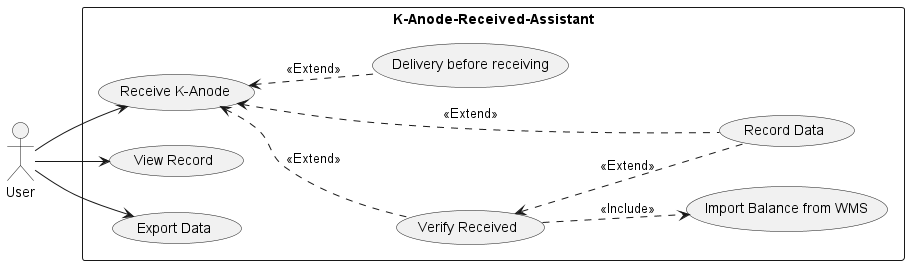
The PlantUML diagram out/UML/Concept/UseCase.png in Shinodari/K-Anode-Received-Assistant-Design, before a commit.
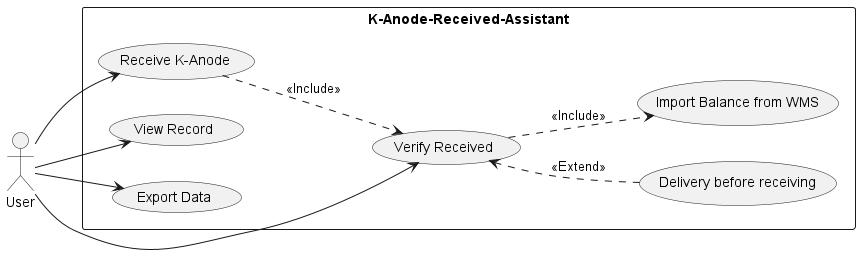
After the commit.

Commit message:
refector:usecase

What changed in the source:
```diff
@@ -3,21 +3,18 @@
 rectangle K-Anode-Received-Assistant {
     usecase "Receive K-Anode" as receive
     usecase "Verify Received" as verify
-    usecase "Record Data" as record
     usecase "Delivery before receiving" as delivery
     usecase "View Record" as view
     usecase "Export Data" as export
     usecase "Import Balance from WMS" as import
 }
 User --> receive
+User --> verify
 
-receive <.. delivery : <<Extend>>
-
-receive <.. verify : <<Extend>>
+receive ..> verify : <<Include>>
 verify ..> import : <<Include>>
 
-record .up.> receive : <<Extend>>
-record .up.> verify : <<Extend>>
+verify <.. delivery : <<Extend>>
 
 User --> view
 User --> export
```
